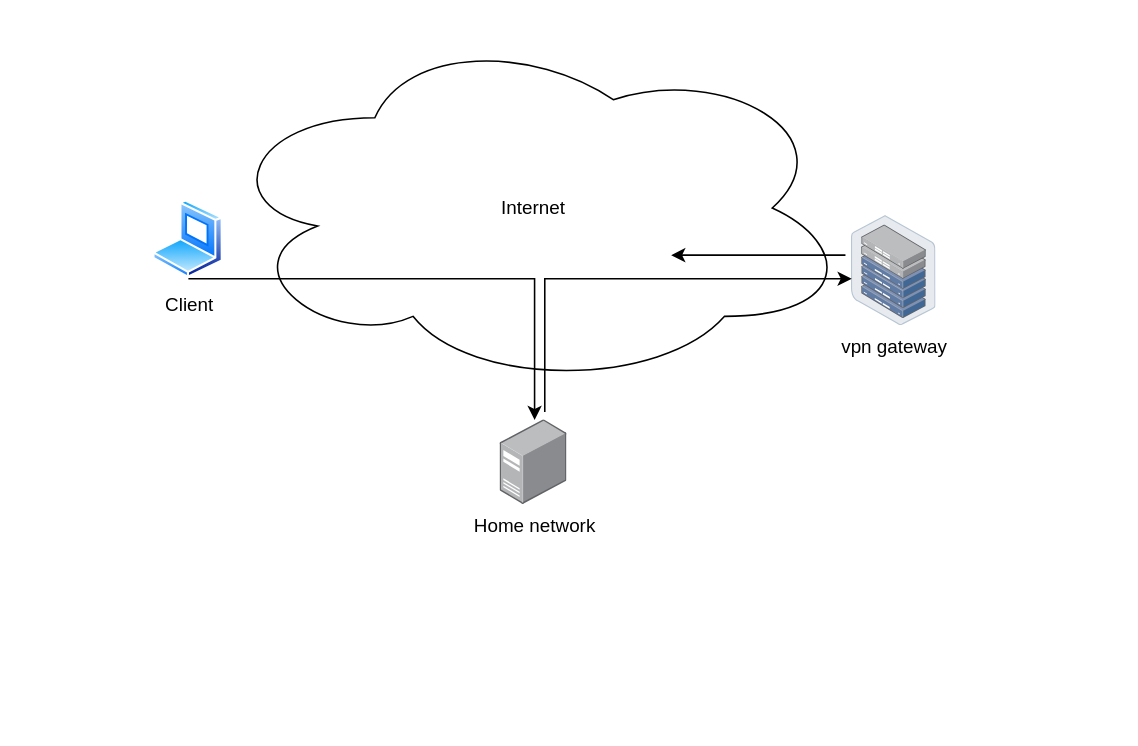
The draw.io diagram images/vpnMap.drawio in Bram-diederik/secureVPNwithLocalLan, before the edit. Source tidied: cells renumbered, new cells numbered last; positions are measured from the earlier drawing's top-left corner, leaving out a move shared by most shapes. Both pictures are drawn from the tidied source at 157%, with x=0, y=0 at pixel (152, 27).
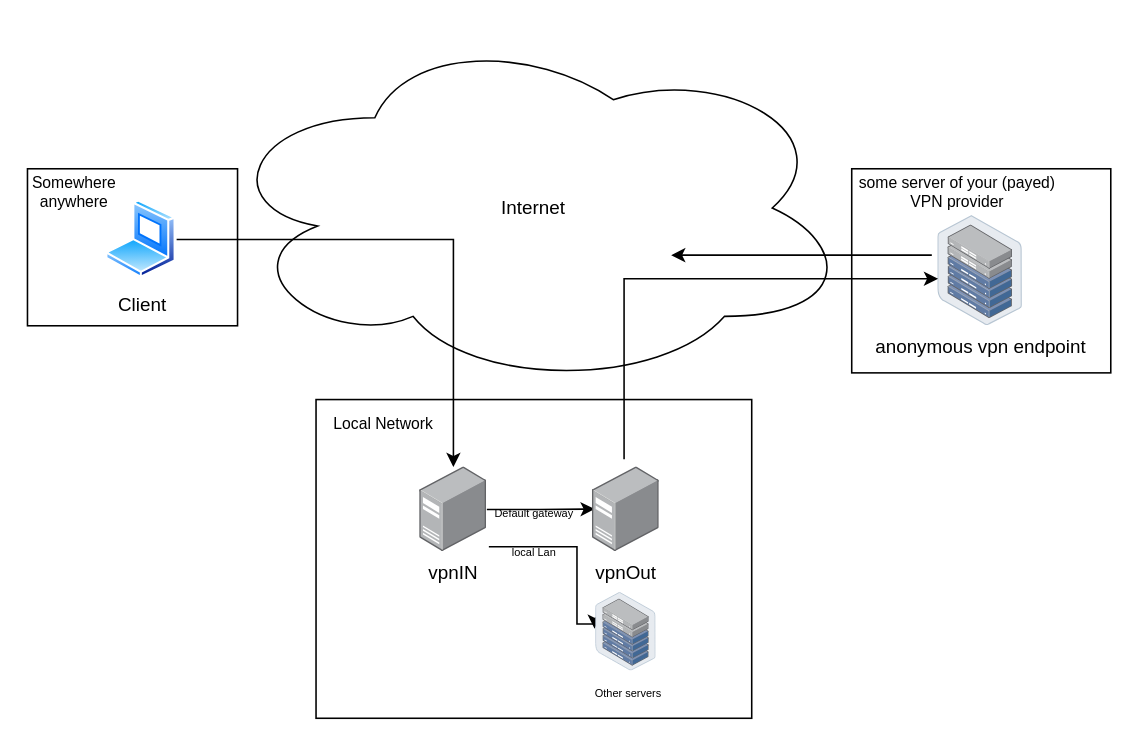
After the change.

What changed in the source:
```diff
@@
-    <mxCell id="3" style="edgeStyle=orthogonalEdgeStyle;rounded=0;jettySize=auto;html=1;" parent="1" edge="1" source="4" target="5">
-      <mxGeometry relative="1" as="geometry">
-        <Array as="points">
-          <mxPoint x="243" y="160" />
-        </Array>
-      </mxGeometry>
-    </mxCell>
+    <mxCell id="9" style="rounded=0;whiteSpace=wrap;html=1;fontSize=10;" parent="1" vertex="1">
+      <mxGeometry x="445" y="90" width="165" height="130" as="geometry" />
+    </mxCell>
+    <mxCell id="10" style="rounded=0;whiteSpace=wrap;html=1;fontSize=7;" parent="1" vertex="1">
+      <mxGeometry x="103.8" y="237" width="277.5" height="203" as="geometry" />
+    </mxCell>
+    <mxCell id="11" style="rounded=0;whiteSpace=wrap;html=1;fontSize=10;" parent="1" vertex="1">
+      <mxGeometry x="-80" y="90" width="133.8" height="100" as="geometry" />
+    </mxCell>
+    <mxCell id="12" style="edgeStyle=orthogonalEdgeStyle;rounded=0;jettySize=auto;html=1;" parent="1" edge="1" source="4" target="15">
+      <mxGeometry relative="1" as="geometry" />
+    </mxCell>
     <mxCell id="4" value="&lt;div&gt;Client&lt;/div&gt;" style="perimeter=ellipsePerimeter;html=1;align=center;shadow=0;dashed=0;spacingTop=3;image;image=img/lib/active_directory/laptop_client.svg;" parent="1" vertex="1">
-      <mxGeometry y="110" width="45" height="50" as="geometry" />
+      <mxGeometry x="-30" y="110" width="45" height="50" as="geometry" />
     </mxCell>
-    <mxCell id="5" value="Home network" style="points=[];html=1;align=center;shadow=0;dashed=0;image;image=img/lib/allied_telesis/computer_and_terminals/Server_Desktop.svg;" parent="1" vertex="1">
-      <mxGeometry x="221.2" y="250" width="42.6" height="54" as="geometry" />
-    </mxCell>
-    <mxCell id="6" value="vpn gateway" style="points=[];html=1;align=center;shadow=0;dashed=0;image;image=img/lib/allied_telesis/storage/Datacenter_Server_Half_Rack_ToR.svg;" parent="1" vertex="1">
-      <mxGeometry x="445" y="120" width="53.9" height="70" as="geometry" />
+    <mxCell id="6" value="anonymous vpn endpoint" style="points=[];html=1;align=center;shadow=0;dashed=0;image;image=img/lib/allied_telesis/storage/Datacenter_Server_Half_Rack_ToR.svg;" parent="1" vertex="1">
+      <mxGeometry x="500" y="120" width="53.9" height="70" as="geometry" />
     </mxCell>
-    <mxCell id="7" style="edgeStyle=elbowEdgeStyle;elbow=vertical;endArrow=classic;html=1;rounded=0;exitX=0.664;exitY=-0.093;exitDx=0;exitDy=0;exitPerimeter=0;" parent="1" edge="1" source="5" target="6">
+    <mxCell id="7" style="edgeStyle=elbowEdgeStyle;elbow=vertical;endArrow=classic;html=1;rounded=0;" parent="1" edge="1" target="6">
       <mxGeometry relative="1" as="geometry">
+        <mxPoint x="300" y="275" as="sourcePoint" />
         <Array as="points">
+          <mxPoint x="320" y="160" />
+          <mxPoint x="310" y="160" />
+          <mxPoint x="280" y="160" />
+          <mxPoint x="270" y="160" />
+          <mxPoint x="260" y="160" />
           <mxPoint x="340" y="160" />
         </Array>
       </mxGeometry>
     </mxCell>
@@
+    <mxCell id="13" style="edgeStyle=orthogonalEdgeStyle;rounded=0;jettySize=auto;html=1;entryX=0.03;entryY=0.495;entryDx=0;entryDy=0;entryPerimeter=0;" parent="1" edge="1" source="15" target="16">
+      <mxGeometry relative="1" as="geometry" />
+    </mxCell>
+    <mxCell id="14" style="edgeStyle=orthogonalEdgeStyle;rounded=0;jettySize=auto;html=1;entryX=-0.024;entryY=0.46;entryDx=0;entryDy=0;entryPerimeter=0;fontSize=7;startArrow=none;exitX=1.03;exitY=0.939;exitDx=0;exitDy=0;exitPerimeter=0;" parent="1" edge="1" source="15" target="18">
+      <mxGeometry relative="1" as="geometry">
+        <Array as="points">
+          <mxPoint x="270" y="331" />
+          <mxPoint x="270" y="380" />
+          <mxPoint x="281" y="380" />
+        </Array>
+      </mxGeometry>
+    </mxCell>
+    <mxCell id="15" value="vpnIN" style="points=[];html=1;align=center;shadow=0;dashed=0;image;image=img/lib/allied_telesis/computer_and_terminals/Server_Desktop.svg;" parent="1" vertex="1">
+      <mxGeometry x="170" y="280" width="42.6" height="54" as="geometry" />
+    </mxCell>
+    <mxCell id="16" value="&lt;div&gt;vpnOut&lt;/div&gt;" style="points=[];html=1;align=center;shadow=0;dashed=0;image;image=img/lib/allied_telesis/computer_and_terminals/Server_Desktop.svg;" parent="1" vertex="1">
+      <mxGeometry x="280" y="280" width="42.6" height="54" as="geometry" />
+    </mxCell>
+    <mxCell id="17" value="&lt;font style=&quot;font-size: 7px&quot;&gt;Default gateway&lt;/font&gt;" style="text;html=1;strokeColor=none;fillColor=none;align=center;verticalAlign=middle;whiteSpace=wrap;rounded=0;fontSize=5;" parent="1" vertex="1">
+      <mxGeometry x="212.6" y="300" width="60" height="20" as="geometry" />
+    </mxCell>
+    <mxCell id="18" style="points=[];html=1;align=center;shadow=0;dashed=0;image;image=img/lib/allied_telesis/storage/Datacenter_Server_Half_Rack_ToR.svg;fontSize=7;" parent="1" vertex="1">
+      <mxGeometry x="282.1" y="360" width="38.5" height="50" as="geometry" />
+    </mxCell>
+    <mxCell id="19" value="&lt;div&gt;local Lan&lt;/div&gt;" style="text;html=1;strokeColor=none;fillColor=none;align=center;verticalAlign=middle;whiteSpace=wrap;rounded=0;fontSize=7;" parent="1" vertex="1">
+      <mxGeometry x="212.5" y="320" width="60" height="30" as="geometry" />
+    </mxCell>
+    <mxCell id="20" value="&lt;div&gt;Other servers&lt;/div&gt;" style="text;html=1;strokeColor=none;fillColor=none;align=center;verticalAlign=middle;whiteSpace=wrap;rounded=0;fontSize=7;" parent="1" vertex="1">
+      <mxGeometry x="272.6" y="410" width="60" height="30" as="geometry" />
+    </mxCell>
+    <mxCell id="21" value="Local Network" style="text;html=1;strokeColor=none;fillColor=none;align=center;verticalAlign=middle;whiteSpace=wrap;rounded=0;fontSize=10;" parent="1" vertex="1">
+      <mxGeometry x="103.8" y="237" width="86.2" height="30" as="geometry" />
+    </mxCell>
+    <mxCell id="22" value="Somewhere anywhere" style="text;html=1;strokeColor=none;fillColor=none;align=center;verticalAlign=middle;whiteSpace=wrap;rounded=0;fontSize=10;" parent="1" vertex="1">
+      <mxGeometry x="-80" y="90" width="60" height="30" as="geometry" />
+    </mxCell>
+    <mxCell id="23" value="some server of your (payed) VPN provider" style="text;html=1;strokeColor=none;fillColor=none;align=center;verticalAlign=middle;whiteSpace=wrap;rounded=0;fontSize=10;" parent="1" vertex="1">
+      <mxGeometry x="445" y="90" width="135" height="30" as="geometry" />
+    </mxCell>
```
